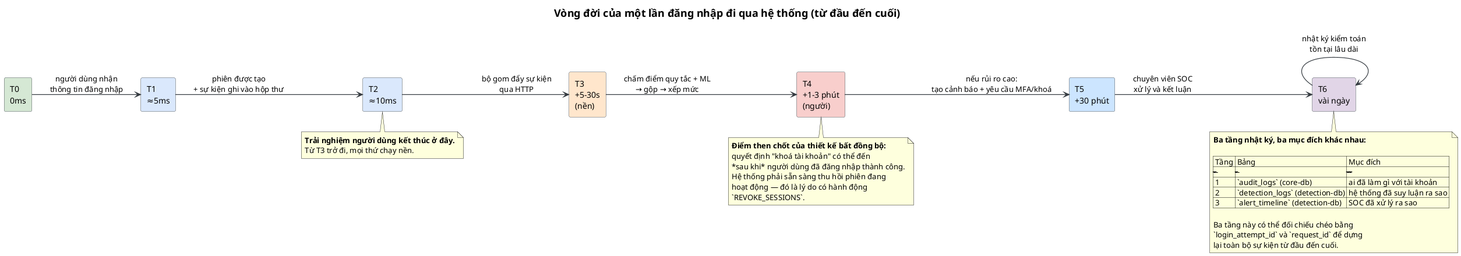
Earlier version of the PlantUML export docs/diagrams/v3.3-detect/13-vong-doi-mot-lan-dang-nhap.png (Albert-Tuan/sentinel-auth).
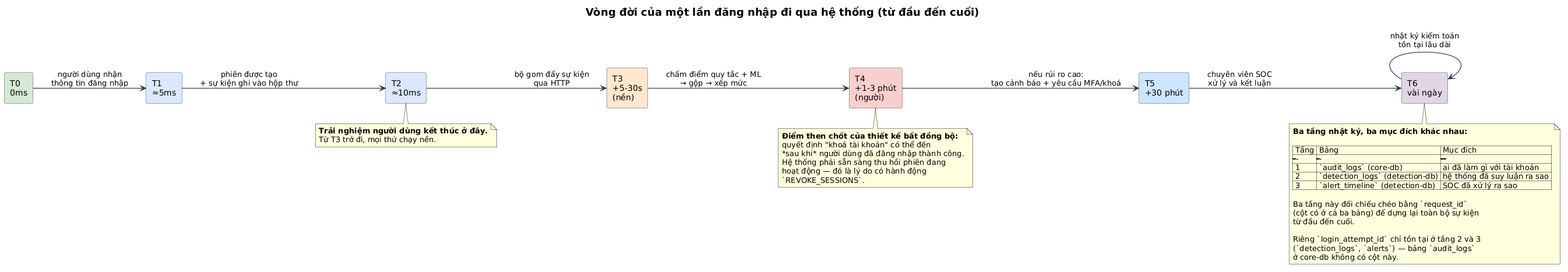
After the change.

What changed in the source:
```diff
@@ -53,9 +53,12 @@
   | 2 | `detection_logs` (detection-db) | hệ thống đã suy luận ra sao |
   | 3 | `alert_timeline` (detection-db) | SOC đã xử lý ra sao |
 
-  Ba tầng này có thể đối chiếu chéo bằng
-  `login_attempt_id` và `request_id` để dựng
-  lại toàn bộ sự kiện từ đầu đến cuối.
+  Ba tầng này đối chiếu chéo bằng `request_id`
+  (cột có ở cả ba bảng) để dựng lại toàn bộ sự kiện
+  từ đầu đến cuối.
+
+  Riêng `login_attempt_id` chỉ tồn tại ở tầng 2 và 3
+  (`detection_logs`, `alerts`) — bảng `audit_logs`
+  ở core-db không có cột này.
 end note
-
 @enduml
```
